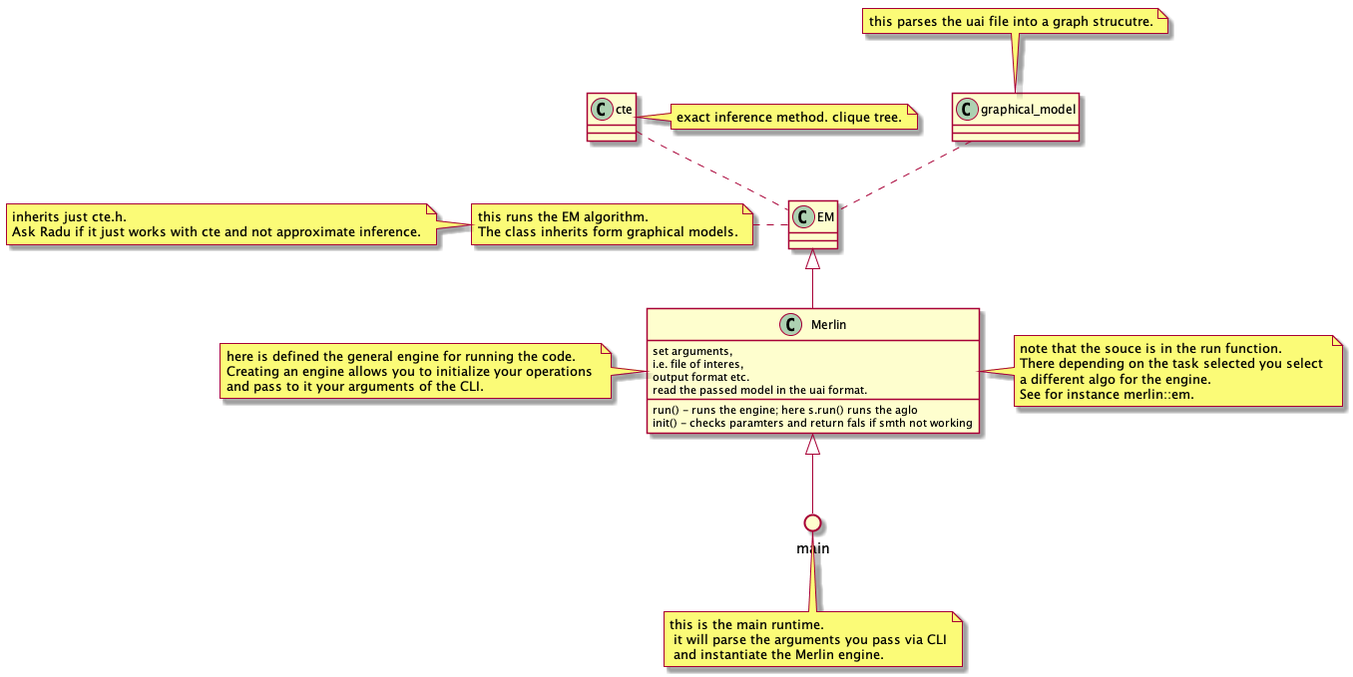
This is images/strucutre.png from MarcoHassan/Bayesian-Net-Thesis, a PlantUML export, as it was before one commit.
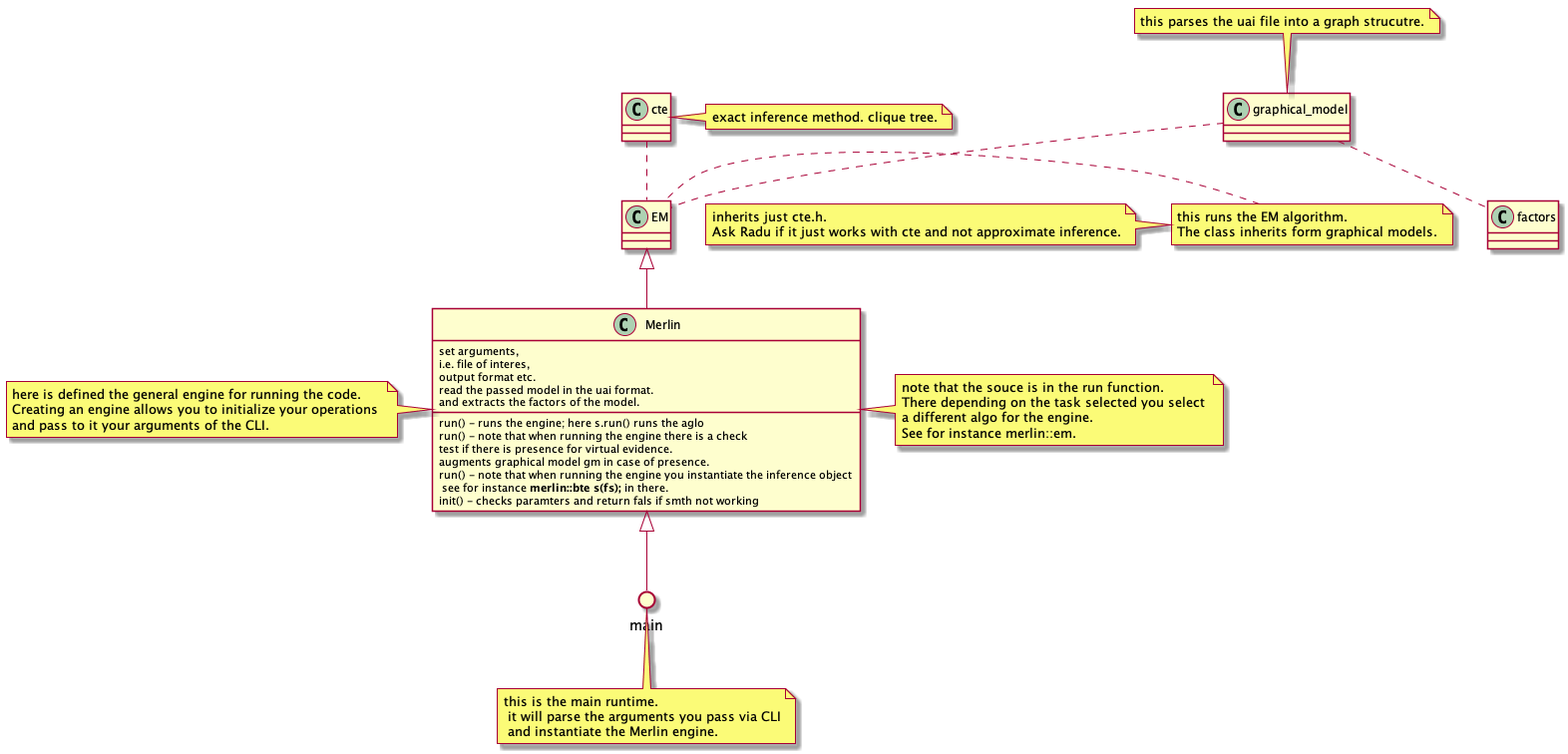
After the commit.

What changed in the source:
```diff
@@ -26,12 +26,14 @@
 
     graphical_model .. EM
     cte .. EM
-
+    graphical_model .. factors
 
 
     Merlin : set arguments, \ni.e. file of interes, \noutput format etc.
-    Merlin : read the passed model in the uai format.
+    Merlin : read the passed model in the uai format. \nand extracts the factors of the model.
     Merlin : run() - runs the engine; here s.run() runs the aglo
+    Merlin : run() - note that when running the engine there is a check \ntest if there is presence for virtual evidence. \naugments graphical model gm in case of presence.
+    Merlin : run() - note that when running the engine you instantiate the inference object \n see for instance **merlin::bte s(fs);** in there.
     Merlin : init() - checks paramters and return fals if smth not working
 
 
```
